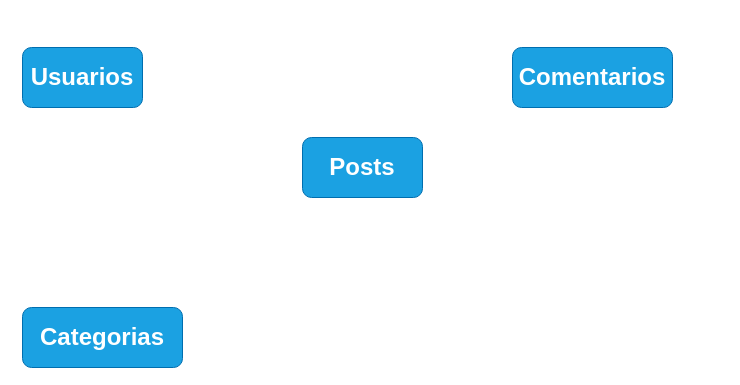
Above: Diagrama_ER.drawio in mfriascos/Curso_de_Fundamentos_de_Bases_de_Datos- (draw.io), before the change. Source tidied: cells renumbered, new cells numbered last; positions are measured from the earlier drawing's top-left corner, leaving out a move shared by most shapes. Both pictures are drawn from the tidied source at 100%, with x=0, y=0 at pixel (22, 47).
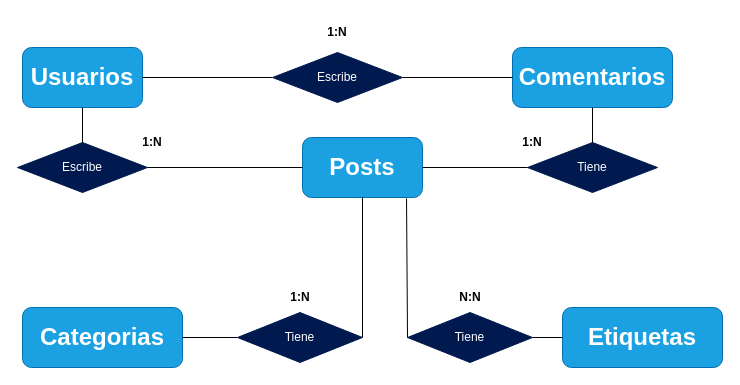
The same diagram, later.

The change refers to these unchanged cells:
```xml
<mxCell id="2" value="&lt;h1&gt;&lt;font style=&quot;&quot; color=&quot;#ffffff&quot;&gt;Usuarios&lt;/font&gt;&lt;/h1&gt;" style="rounded=1;whiteSpace=wrap;html=1;fillColor=#1ba1e2;strokeColor=#006EAF;labelBackgroundColor=none;fontColor=#ffffff;" parent="1" vertex="1">
  <mxGeometry width="120" height="60" as="geometry" />
</mxCell>
<mxCell id="3" value="&lt;h1&gt;&lt;font style=&quot;&quot; color=&quot;#ffffff&quot;&gt;Comentarios&lt;/font&gt;&lt;/h1&gt;" style="rounded=1;whiteSpace=wrap;html=1;fillColor=#1ba1e2;strokeColor=#006EAF;labelBackgroundColor=none;fontColor=#ffffff;" parent="1" vertex="1">
  <mxGeometry x="490" width="160" height="60" as="geometry" />
</mxCell>
<mxCell id="4" value="&lt;h1&gt;&lt;font style=&quot;&quot; color=&quot;#ffffff&quot;&gt;Posts&lt;/font&gt;&lt;/h1&gt;" style="rounded=1;whiteSpace=wrap;html=1;fillColor=#1ba1e2;strokeColor=#006EAF;labelBackgroundColor=none;fontColor=#ffffff;" parent="1" vertex="1">
  <mxGeometry x="280" y="90" width="120" height="60" as="geometry" />
</mxCell>
<mxCell id="5" value="&lt;h1&gt;&lt;font style=&quot;&quot; color=&quot;#ffffff&quot;&gt;Categorias&lt;/font&gt;&lt;/h1&gt;" style="rounded=1;whiteSpace=wrap;html=1;fillColor=#1ba1e2;strokeColor=#006EAF;labelBackgroundColor=none;fontColor=#ffffff;" parent="1" vertex="1">
  <mxGeometry y="260" width="160" height="60" as="geometry" />
</mxCell>
```

Diff of the diagram source:
```diff
@@
+    <mxCell id="6" value="Escribe" style="rhombus;whiteSpace=wrap;html=1;labelBackgroundColor=none;fontColor=#ffffff;fillColor=#001A4F;strokeColor=#001A4F;" parent="1" vertex="1">
+      <mxGeometry x="-5" y="95" width="130" height="50" as="geometry" />
+    </mxCell>
+    <mxCell id="7" style="endArrow=none;html=1;rounded=0;fontColor=#FFFFFF;entryX=0.5;entryY=1;entryDx=0;entryDy=0;" parent="1" edge="1" source="6" target="2">
+      <mxGeometry relative="1" as="geometry" />
+    </mxCell>
+    <mxCell id="8" style="endArrow=none;html=1;rounded=0;fontColor=#FFFFFF;entryX=1;entryY=0.5;entryDx=0;entryDy=0;exitX=0;exitY=0.5;exitDx=0;exitDy=0;" parent="1" edge="1" source="4" target="6">
+      <mxGeometry relative="1" as="geometry" />
+    </mxCell>
+    <mxCell id="9" value="&lt;font color=&quot;#000000&quot;&gt;&lt;b&gt;1:N&lt;/b&gt;&lt;/font&gt;" style="text;html=1;strokeColor=none;fillColor=none;align=center;verticalAlign=middle;whiteSpace=wrap;rounded=0;fontColor=#FFFFFF;" parent="1" vertex="1">
+      <mxGeometry x="100" y="80" width="60" height="30" as="geometry" />
+    </mxCell>
+    <mxCell id="10" value="Escribe" style="rhombus;whiteSpace=wrap;html=1;labelBackgroundColor=none;fontColor=#ffffff;fillColor=#001A4F;strokeColor=#001A4F;" parent="1" vertex="1">
+      <mxGeometry x="250" y="5" width="130" height="50" as="geometry" />
+    </mxCell>
+    <mxCell id="11" style="endArrow=none;html=1;rounded=0;fontColor=#000000;entryX=0;entryY=0.5;entryDx=0;entryDy=0;exitX=1;exitY=0.5;exitDx=0;exitDy=0;" parent="1" edge="1" source="2" target="10">
+      <mxGeometry relative="1" as="geometry" />
+    </mxCell>
+    <mxCell id="12" style="endArrow=none;html=1;rounded=0;fontColor=#000000;entryX=1;entryY=0.5;entryDx=0;entryDy=0;exitX=0;exitY=0.5;exitDx=0;exitDy=0;" parent="1" edge="1" source="3" target="10">
+      <mxGeometry relative="1" as="geometry" />
+    </mxCell>
+    <mxCell id="13" value="&lt;font color=&quot;#000000&quot;&gt;&lt;b&gt;1:N&lt;/b&gt;&lt;/font&gt;" style="text;html=1;strokeColor=none;fillColor=none;align=center;verticalAlign=middle;whiteSpace=wrap;rounded=0;fontColor=#FFFFFF;" parent="1" vertex="1">
+      <mxGeometry x="285" y="-30" width="60" height="30" as="geometry" />
+    </mxCell>
+    <mxCell id="14" value="Tiene" style="rhombus;whiteSpace=wrap;html=1;labelBackgroundColor=none;fontColor=#ffffff;fillColor=#001A4F;strokeColor=#001A4F;" parent="1" vertex="1">
+      <mxGeometry x="505" y="95" width="130" height="50" as="geometry" />
+    </mxCell>
+    <mxCell id="15" style="endArrow=none;html=1;rounded=0;fontColor=#000000;entryX=0.5;entryY=1;entryDx=0;entryDy=0;" parent="1" edge="1" source="14" target="3">
+      <mxGeometry relative="1" as="geometry" />
+    </mxCell>
+    <mxCell id="16" style="endArrow=none;html=1;rounded=0;fontColor=#000000;entryX=0;entryY=0.5;entryDx=0;entryDy=0;exitX=1;exitY=0.5;exitDx=0;exitDy=0;" parent="1" edge="1" source="4" target="14">
+      <mxGeometry relative="1" as="geometry" />
+    </mxCell>
+    <mxCell id="17" value="&lt;font color=&quot;#000000&quot;&gt;&lt;b&gt;1:N&lt;/b&gt;&lt;/font&gt;" style="text;html=1;strokeColor=none;fillColor=none;align=center;verticalAlign=middle;whiteSpace=wrap;rounded=0;fontColor=#FFFFFF;" parent="1" vertex="1">
+      <mxGeometry x="480" y="80" width="60" height="30" as="geometry" />
+    </mxCell>
+    <mxCell id="18" value="Tiene" style="rhombus;whiteSpace=wrap;html=1;labelBackgroundColor=none;fontColor=#ffffff;fillColor=#001A4F;strokeColor=#001A4F;" parent="1" vertex="1">
+      <mxGeometry x="215" y="265" width="125" height="50" as="geometry" />
+    </mxCell>
+    <mxCell id="19" style="endArrow=none;html=1;rounded=0;fontColor=#000000;entryX=0;entryY=0.5;entryDx=0;entryDy=0;exitX=1;exitY=0.5;exitDx=0;exitDy=0;" parent="1" edge="1" source="5" target="18">
+      <mxGeometry relative="1" as="geometry" />
+    </mxCell>
+    <mxCell id="20" style="endArrow=none;html=1;rounded=0;fontColor=#000000;entryX=1;entryY=0.5;entryDx=0;entryDy=0;exitX=0.5;exitY=1;exitDx=0;exitDy=0;" parent="1" edge="1" source="4" target="18">
+      <mxGeometry relative="1" as="geometry" />
+    </mxCell>
+    <mxCell id="21" value="&lt;h1&gt;&lt;font style=&quot;&quot; color=&quot;#ffffff&quot;&gt;Etiquetas&lt;/font&gt;&lt;/h1&gt;" style="rounded=1;whiteSpace=wrap;html=1;fillColor=#1ba1e2;strokeColor=#006EAF;labelBackgroundColor=none;fontColor=#ffffff;" parent="1" vertex="1">
+      <mxGeometry x="540" y="260" width="160" height="60" as="geometry" />
+    </mxCell>
+    <mxCell id="22" value="Tiene" style="rhombus;whiteSpace=wrap;html=1;labelBackgroundColor=none;fontColor=#ffffff;fillColor=#001A4F;strokeColor=#001A4F;" parent="1" vertex="1">
+      <mxGeometry x="385" y="265" width="125" height="50" as="geometry" />
+    </mxCell>
+    <mxCell id="23" style="endArrow=none;html=1;rounded=0;fontColor=#000000;entryX=0;entryY=0.5;entryDx=0;entryDy=0;exitX=1;exitY=0.5;exitDx=0;exitDy=0;" parent="1" edge="1" source="22" target="21">
+      <mxGeometry relative="1" as="geometry" />
+    </mxCell>
+    <mxCell id="24" style="endArrow=none;html=1;rounded=0;fontColor=#000000;entryX=0;entryY=0.5;entryDx=0;entryDy=0;exitX=0.867;exitY=1.017;exitDx=0;exitDy=0;exitPerimeter=0;" parent="1" edge="1" source="4" target="22">
+      <mxGeometry relative="1" as="geometry" />
+    </mxCell>
+    <mxCell id="25" value="&lt;font color=&quot;#000000&quot;&gt;&lt;b&gt;1:N&lt;/b&gt;&lt;/font&gt;" style="text;html=1;strokeColor=none;fillColor=none;align=center;verticalAlign=middle;whiteSpace=wrap;rounded=0;fontColor=#FFFFFF;" parent="1" vertex="1">
+      <mxGeometry x="247.5" y="235" width="60" height="30" as="geometry" />
+    </mxCell>
+    <mxCell id="26" value="&lt;font color=&quot;#000000&quot;&gt;&lt;b&gt;N:N&lt;/b&gt;&lt;/font&gt;" style="text;html=1;strokeColor=none;fillColor=none;align=center;verticalAlign=middle;whiteSpace=wrap;rounded=0;fontColor=#FFFFFF;" parent="1" vertex="1">
+      <mxGeometry x="417.5" y="235" width="60" height="30" as="geometry" />
+    </mxCell>
```
